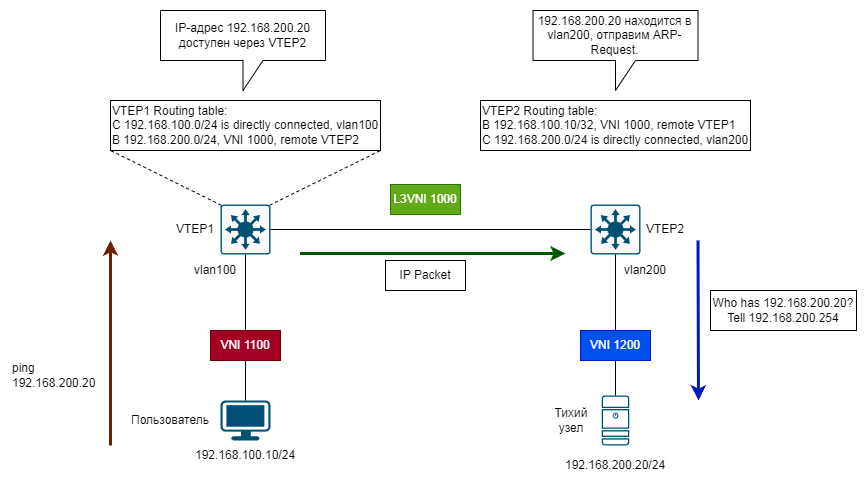
Earlier version of the draw.io export Homework/Final/attachments/rt5_silent_host2.drawio.png (v435/OTUS_Data-center-network-design). Source tidied: cells renumbered, new cells last; positions are measured from the earlier drawing's top-left corner, leaving out a move shared by most shapes.
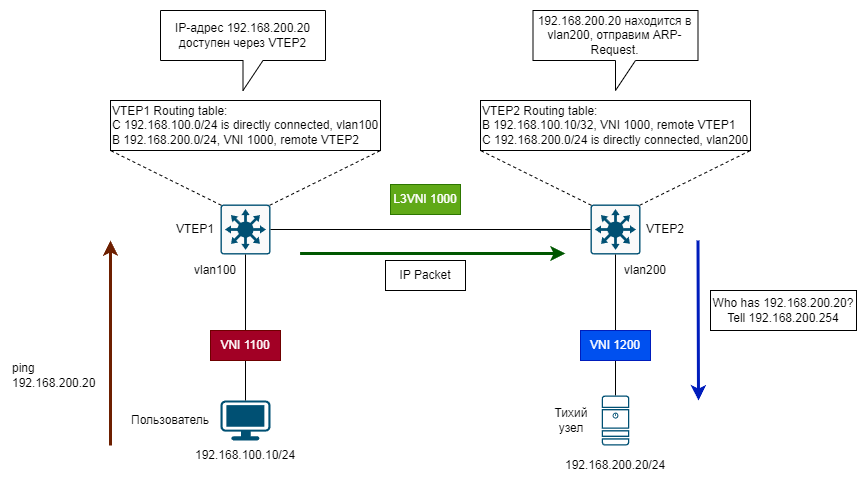
The same file after the commit.

Change to the diagram source:
```diff
@@ -101,5 +101,11 @@
     <mxCell id="31" value="Who has 192.168.200.20? Tell 192.168.200.254" style="rounded=0;whiteSpace=wrap;html=1;" parent="1" vertex="1">
       <mxGeometry x="700" y="280" width="146" height="40" as="geometry" />
     </mxCell>
+    <mxCell id="32" style="endArrow=none;dashed=1;html=1;rounded=0;entryX=0;entryY=1;entryDx=0;entryDy=0;exitX=0.015;exitY=0.015;exitDx=0;exitDy=0;exitPerimeter=0;" parent="1" edge="1" source="3" target="20">
+      <mxGeometry relative="1" as="geometry" />
+    </mxCell>
+    <mxCell id="33" style="endArrow=none;dashed=1;html=1;rounded=0;entryX=1;entryY=1;entryDx=0;entryDy=0;exitX=0.985;exitY=0.015;exitDx=0;exitDy=0;exitPerimeter=0;" parent="1" edge="1" source="3" target="20">
+      <mxGeometry relative="1" as="geometry" />
+    </mxCell>
   </root>
 </mxGraphModel>
```
